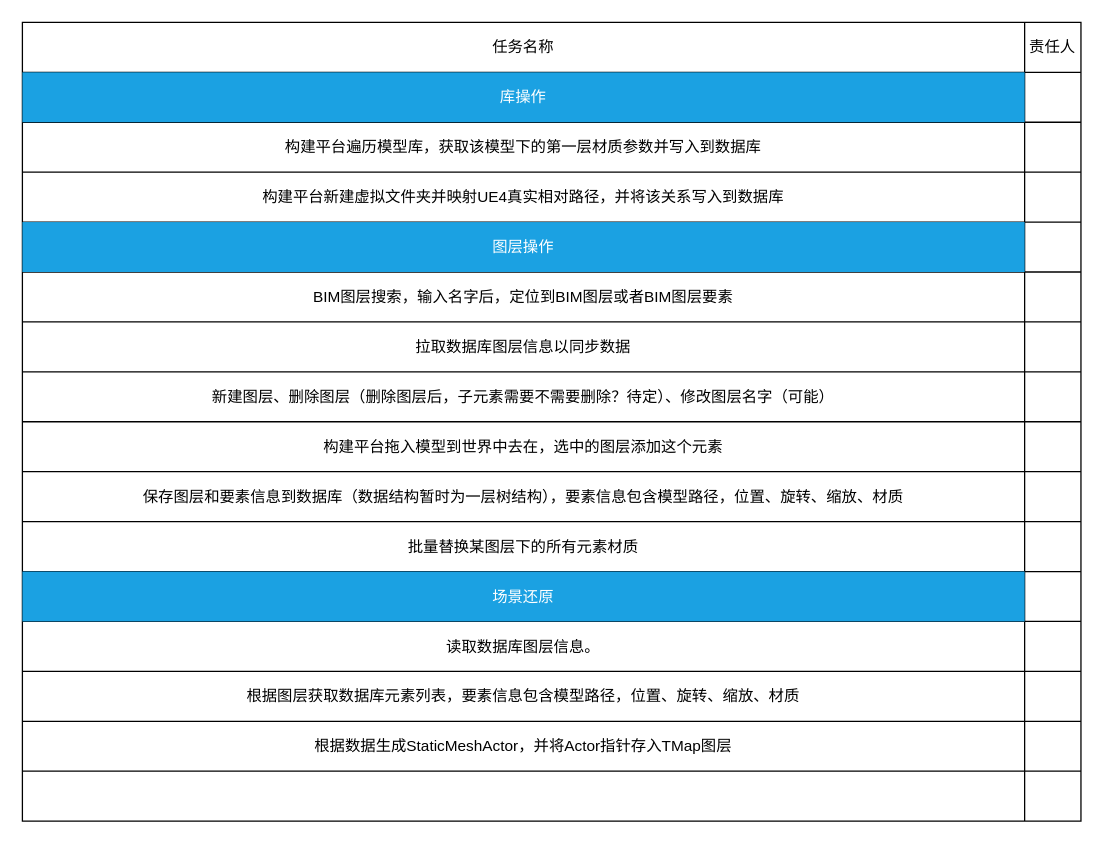
This is page "构建平台" (5 of 7) of 工作流程.drawio from CengJia/diagrams, a draw.io file, before an edit. Source tidied: cells renumbered, new cells numbered last; positions are measured from the earlier drawing's top-left corner, leaving out a move shared by most shapes. Both pictures are drawn from the tidied source at 128%, with x=0, y=0 at pixel (22, 22).
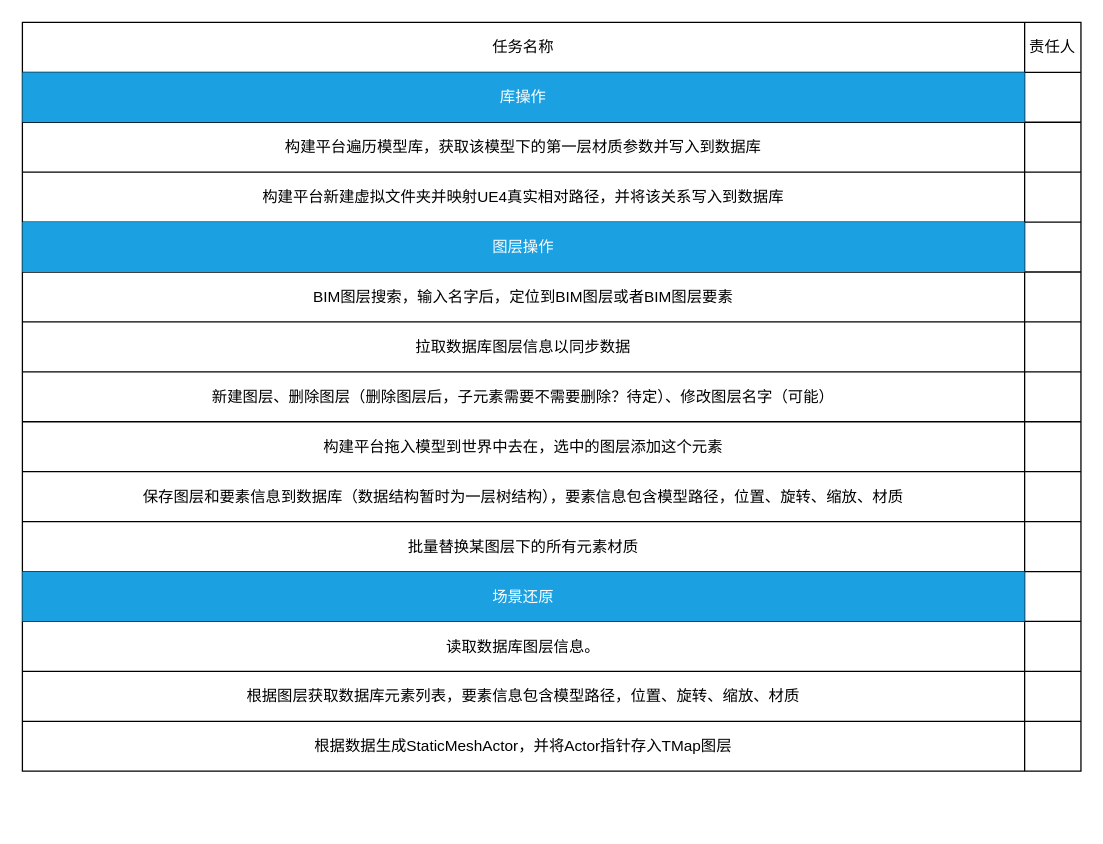
The same page after the edit.

Commit message:
更新工作流程.drawio

The edit, as a diff of the source:
```diff
@@
     <mxCell id="2" style="shape=table;startSize=0;childLayout=tableLayout;fillColor=default;align=left;" parent="1" vertex="1">
-      <mxGeometry width="827" height="624" as="geometry" />
+      <mxGeometry width="827" height="585" as="geometry" />
     </mxCell>
@@
-    <mxCell id="48" style="shape=partialRectangle;fillColor=none;top=0;left=0;bottom=0;right=0;" parent="2" vertex="1">
-      <mxGeometry y="585" width="827" height="39" as="geometry" />
-    </mxCell>
-    <mxCell id="49" style="shape=partialRectangle;html=1;whiteSpace=wrap;overflow=hidden;fillColor=none;top=0;left=0;bottom=0;right=0;" parent="48" vertex="1">
-      <mxGeometry width="783" height="39" as="geometry" />
-    </mxCell>
-    <mxCell id="50" style="shape=partialRectangle;html=1;whiteSpace=wrap;overflow=hidden;fillColor=none;top=0;left=0;bottom=0;right=0;" parent="48" vertex="1">
-      <mxGeometry x="783" width="44" height="39" as="geometry" />
-    </mxCell>
```
